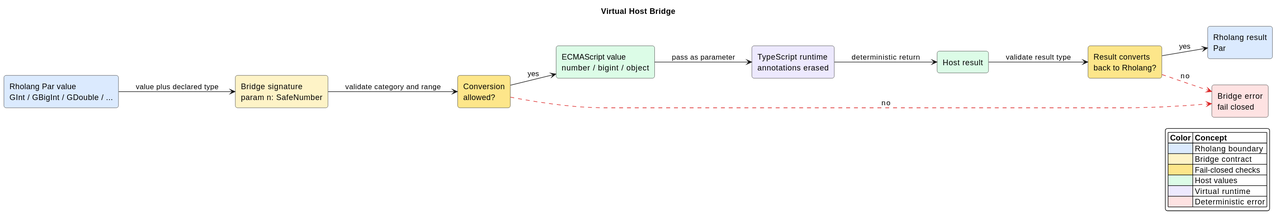
Before: under-review/2026-06-26-Foreign-Language-Terms/diagrams/06-virtual-host-bridge.svg, a diagram exported from PlantUML (F1R3FLY-io/FIPS).
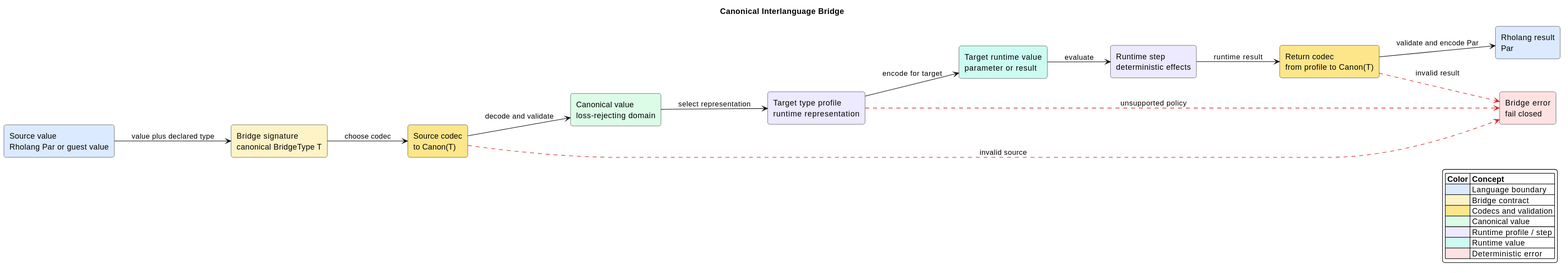
After the change.

Commit message:
Generalize FLT bridge type mapping

Diff of the diagram source:
```diff
@@ -1,38 +1,42 @@
 @startuml
-title Virtual Host Bridge
+title Canonical Interlanguage Bridge
 left to right direction
 skinparam backgroundColor #FFFFFF
 skinparam shadowing false
 skinparam roundcorner 8
 skinparam defaultFontName SansSerif
 
-rectangle "Rholang Par value\nGInt / GBigInt / GDouble / ..." as Rho #DBEAFE
-rectangle "Bridge signature\nparam n: SafeNumber" as Sig #FEF3C7
-rectangle "Conversion\nallowed?" as Check #FDE68A
-rectangle "ECMAScript value\nnumber / bigint / object" as JS #DCFCE7
-rectangle "TypeScript runtime\nannotations erased" as TS #EDE9FE
-rectangle "Host result" as HostResult #DCFCE7
-rectangle "Result converts\nback to Rholang?" as BackCheck #FDE68A
+rectangle "Source value\nRholang Par or guest value" as Source #DBEAFE
+rectangle "Bridge signature\ncanonical BridgeType T" as Sig #FEF3C7
+rectangle "Source codec\nto Canon(T)" as Decode #FDE68A
+rectangle "Canonical value\nloss-rejecting domain" as Canon #DCFCE7
+rectangle "Target type profile\nruntime representation" as Profile #EDE9FE
+rectangle "Target runtime value\nparameter or result" as Runtime #CCFBF1
+rectangle "Runtime step\ndeterministic effects" as Step #EDE9FE
+rectangle "Return codec\nfrom profile to Canon(T)" as ReturnCodec #FDE68A
 rectangle "Rholang result\nPar" as Result #DBEAFE
 rectangle "Bridge error\nfail closed" as Error #FEE2E2
 
-Rho --> Sig : value plus declared type
-Sig --> Check : validate category and range
-Check --> JS : yes
-Check -[#DC2626,dashed]-> Error : no
-JS --> TS : pass as parameter
-TS --> HostResult : deterministic return
-HostResult --> BackCheck : validate result type
-BackCheck --> Result : yes
-BackCheck -[#DC2626,dashed]-> Error : no
+Source --> Sig : value plus declared type
+Sig --> Decode : choose codec
+Decode --> Canon : decode and validate
+Decode -[#DC2626,dashed]-> Error : invalid source
+Canon --> Profile : select representation
+Profile --> Runtime : encode for target
+Profile -[#DC2626,dashed]-> Error : unsupported policy
+Runtime --> Step : evaluate
+Step --> ReturnCodec : runtime result
+ReturnCodec --> Result : validate and encode Par
+ReturnCodec -[#DC2626,dashed]-> Error : invalid result
 
 legend right
   |= Color |= Concept |
-  |<#DBEAFE> | Rholang boundary |
+  |<#DBEAFE> | Language boundary |
   |<#FEF3C7> | Bridge contract |
-  |<#FDE68A> | Fail-closed checks |
-  |<#DCFCE7> | Host values |
-  |<#EDE9FE> | Virtual runtime |
+  |<#FDE68A> | Codecs and validation |
+  |<#DCFCE7> | Canonical value |
+  |<#EDE9FE> | Runtime profile / step |
+  |<#CCFBF1> | Runtime value |
   |<#FEE2E2> | Deterministic error |
 endlegend
 @enduml
```
